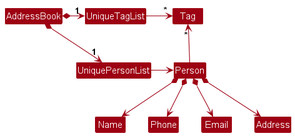
Earlier version of the PlantUML export docs/images/BetterModelClassDiagram.png (nus-cs2103-AY2425S1/tp).
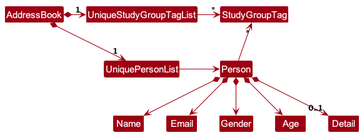
The same file after the commit.

What changed in the source:
```diff
@@ -5,17 +5,18 @@
 skinparam classBackgroundColor MODEL_COLOR
 
 AddressBook *-right-> "1" UniquePersonList
-AddressBook *-right-> "1" UniqueTagList
-UniqueTagList -[hidden]down- UniquePersonList
-UniqueTagList -[hidden]down- UniquePersonList
+AddressBook *-right-> "1" UniqueStudyGroupTagList
+UniqueStudyGroupTagList -[hidden]down- UniquePersonList
+UniqueStudyGroupTagList -[hidden]down- UniquePersonList
 
-UniqueTagList -right-> "*" Tag
+UniqueStudyGroupTagList -right-> "*" StudyGroupTag
 UniquePersonList -right-> Person
 
-Person -up-> "*" Tag
+Person -up-> "*" StudyGroupTag
 
 Person *--> Name
-Person *--> Phone
 Person *--> Email
-Person *--> Address
+Person *--> Gender
+Person *--> Age
+Person *--> "0..1" Detail
 @enduml
```
